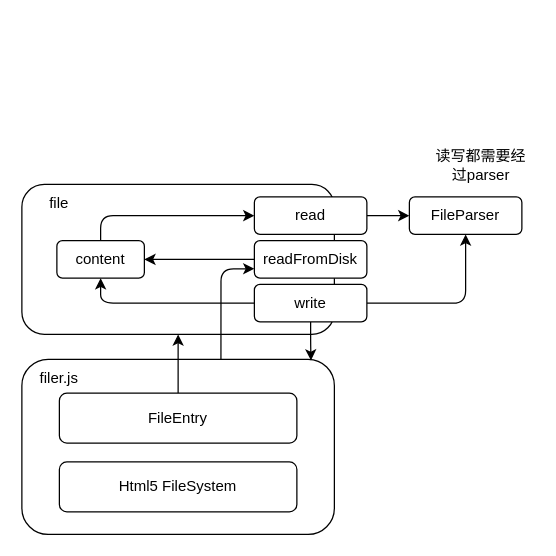
Above: design/file.drawio in theajack/mac (draw.io), before the change. Source tidied: cells renumbered, new cells numbered last; positions are measured from the earlier drawing's top-left corner, leaving out a move shared by most shapes. Both pictures are drawn from the tidied source at 125%, with x=0, y=0 at pixel (21, 146).
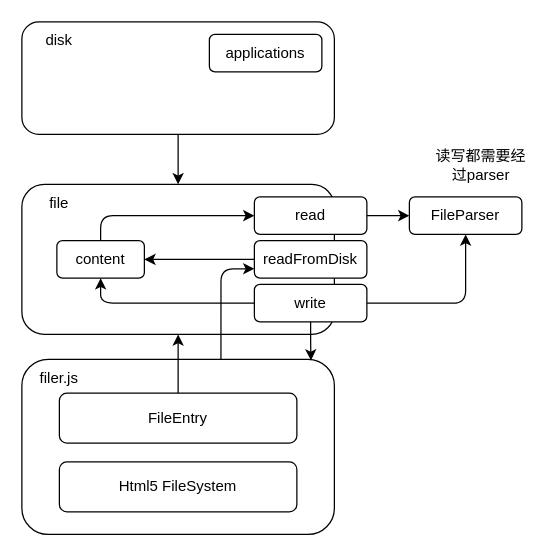
After the change.

The change refers to these unchanged cells:
```xml
<mxCell id="4" style="rounded=1;whiteSpace=wrap;html=1;" parent="1" vertex="1">
  <mxGeometry y="30" width="250" height="120" as="geometry" />
</mxCell>
```

Change to the diagram source:
```diff
@@
+    <mxCell id="22" style="edgeStyle=orthogonalEdgeStyle;html=1;exitX=0.5;exitY=1;exitDx=0;exitDy=0;entryX=0.5;entryY=0;entryDx=0;entryDy=0;" parent="1" edge="1" source="23" target="4">
+      <mxGeometry relative="1" as="geometry" />
+    </mxCell>
+    <mxCell id="23" style="rounded=1;whiteSpace=wrap;html=1;" parent="1" vertex="1">
+      <mxGeometry y="-100" width="250" height="90" as="geometry" />
+    </mxCell>
+    <mxCell id="24" value="disk" style="text;html=1;strokeColor=none;fillColor=none;align=center;verticalAlign=middle;whiteSpace=wrap;rounded=0;" parent="1" vertex="1">
+      <mxGeometry y="-100" width="60" height="30" as="geometry" />
+    </mxCell>
+    <mxCell id="25" value="applications" style="rounded=1;whiteSpace=wrap;html=1;" parent="1" vertex="1">
+      <mxGeometry x="150" y="-90" width="90" height="30" as="geometry" />
+    </mxCell>
```
